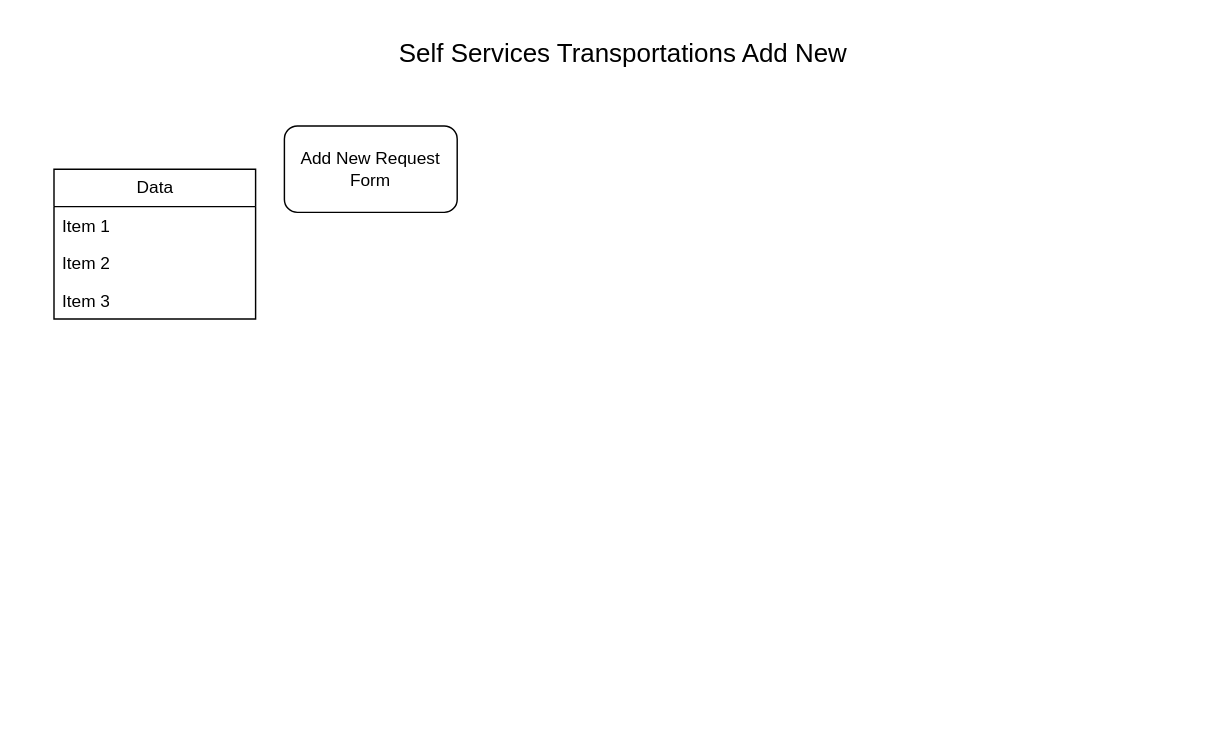
Above: Valleysoft/Workflows/self-services_transportations.drawio in bhry98/diagrams (draw.io), before the change. Source tidied: cells renumbered, new cells numbered last; positions are measured from the earlier drawing's top-left corner, leaving out a move shared by most shapes. Both pictures are drawn from the tidied source at 144%, with x=0, y=0 at pixel (53, 24).
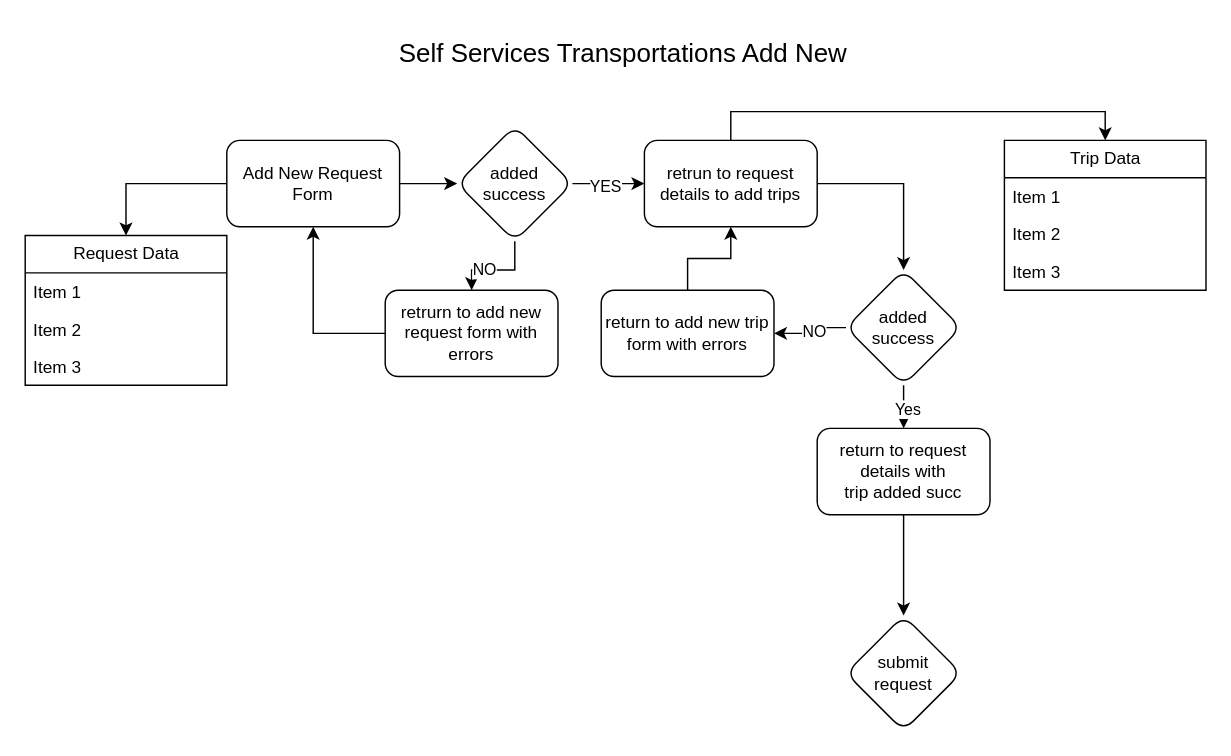
Above is the later version.

The edit, as a diff of the source:
```diff
@@
+    <mxCell id="8" style="edgeStyle=orthogonalEdgeStyle;rounded=0;jettySize=auto;html=1;entryX=0.5;entryY=0;entryDx=0;entryDy=0;exitX=0;exitY=0.5;exitDx=0;exitDy=0;" parent="1" edge="1" source="3" target="4">
+      <mxGeometry relative="1" as="geometry" />
+    </mxCell>
+    <mxCell id="9" style="edgeStyle=orthogonalEdgeStyle;rounded=0;jettySize=auto;html=1;flowAnimation=1;" parent="1" edge="1" source="3" target="14">
+      <mxGeometry relative="1" as="geometry" />
+    </mxCell>
     <mxCell id="3" value="Add New Request Form" style="rounded=1;whiteSpace=wrap;html=1;" parent="1" vertex="1">
-      <mxGeometry x="160" y="70" width="120" height="60" as="geometry" />
+      <mxGeometry x="120" y="80" width="120" height="60" as="geometry" />
     </mxCell>
-    <mxCell id="4" value="Data" style="swimlane;fontStyle=0;horizontal=1;startSize=26;fillColor=none;html=1;" parent="1" vertex="1">
-      <mxGeometry y="100" width="140" height="104" as="geometry" />
+    <mxCell id="4" value="Request Data" style="swimlane;fontStyle=0;horizontal=1;startSize=26;fillColor=none;html=1;" parent="1" vertex="1">
+      <mxGeometry x="-20" y="146" width="140" height="104" as="geometry" />
     </mxCell>
@@
+    <mxCell id="10" style="edgeStyle=orthogonalEdgeStyle;rounded=0;jettySize=auto;html=1;flowAnimation=1;" parent="1" edge="1" source="14" target="16">
+      <mxGeometry relative="1" as="geometry" />
+    </mxCell>
+    <mxCell id="11" value="NO" style="edgeLabel;html=1;align=center;verticalAlign=middle;" parent="10" vertex="1">
+      <mxGeometry x="0.3" y="-1" relative="1" as="geometry" />
+    </mxCell>
+    <mxCell id="12" style="edgeStyle=orthogonalEdgeStyle;rounded=0;jettySize=auto;html=1;flowAnimation=1;" parent="1" edge="1" source="14" target="19">
+      <mxGeometry relative="1" as="geometry" />
+    </mxCell>
+    <mxCell id="13" value="YES" style="edgeLabel;html=1;align=center;verticalAlign=middle;" parent="12" vertex="1">
+      <mxGeometry x="-0.12" y="-1" relative="1" as="geometry" />
+    </mxCell>
+    <mxCell id="14" value="added success" style="rhombus;whiteSpace=wrap;html=1;rounded=1;" parent="1" vertex="1">
+      <mxGeometry x="280" y="70" width="80" height="80" as="geometry" />
+    </mxCell>
+    <mxCell id="15" style="edgeStyle=orthogonalEdgeStyle;rounded=0;jettySize=auto;html=1;flowAnimation=1;exitX=0;exitY=0.5;exitDx=0;exitDy=0;" parent="1" edge="1" source="16" target="3">
+      <mxGeometry relative="1" as="geometry" />
+    </mxCell>
+    <mxCell id="16" value="retrurn to add new request form with errors" style="whiteSpace=wrap;html=1;rounded=1;" parent="1" vertex="1">
+      <mxGeometry x="230" y="184" width="120" height="60" as="geometry" />
+    </mxCell>
+    <mxCell id="17" style="edgeStyle=orthogonalEdgeStyle;rounded=0;jettySize=auto;html=1;entryX=0.5;entryY=0;entryDx=0;entryDy=0;exitX=0.5;exitY=0;exitDx=0;exitDy=0;" parent="1" edge="1" source="19" target="20">
+      <mxGeometry relative="1" as="geometry" />
+    </mxCell>
+    <mxCell id="18" style="edgeStyle=orthogonalEdgeStyle;rounded=0;jettySize=auto;html=1;flowAnimation=1;" parent="1" edge="1" source="19" target="28">
+      <mxGeometry relative="1" as="geometry" />
+    </mxCell>
+    <mxCell id="19" value="retrun to request details to add trips" style="whiteSpace=wrap;html=1;rounded=1;" parent="1" vertex="1">
+      <mxGeometry x="410" y="80" width="120" height="60" as="geometry" />
+    </mxCell>
+    <mxCell id="20" value="Trip Data" style="swimlane;fontStyle=0;horizontal=1;startSize=26;fillColor=none;html=1;" parent="1" vertex="1">
+      <mxGeometry x="660" y="80" width="140" height="104" as="geometry" />
+    </mxCell>
+    <mxCell id="21" value="Item 1" style="text;strokeColor=none;fillColor=none;align=left;verticalAlign=top;spacingLeft=4;spacingRight=4;overflow=hidden;whiteSpace=wrap;html=1;" parent="20" vertex="1">
+      <mxGeometry y="26" width="140" height="26" as="geometry" />
+    </mxCell>
+    <mxCell id="22" value="Item 2" style="text;strokeColor=none;fillColor=none;align=left;verticalAlign=top;spacingLeft=4;spacingRight=4;overflow=hidden;whiteSpace=wrap;html=1;" parent="20" vertex="1">
+      <mxGeometry y="52" width="140" height="26" as="geometry" />
+    </mxCell>
+    <mxCell id="23" value="Item 3" style="text;strokeColor=none;fillColor=none;align=left;verticalAlign=top;spacingLeft=4;spacingRight=4;overflow=hidden;whiteSpace=wrap;html=1;" parent="20" vertex="1">
+      <mxGeometry y="78" width="140" height="26" as="geometry" />
+    </mxCell>
+    <mxCell id="24" style="edgeStyle=orthogonalEdgeStyle;shape=connector;rounded=0;jettySize=auto;html=1;strokeColor=default;align=center;verticalAlign=middle;fontFamily=Helvetica;fontSize=11;fontColor=default;labelBackgroundColor=default;endArrow=classic;flowAnimation=1;" parent="1" edge="1" source="28" target="30">
+      <mxGeometry relative="1" as="geometry" />
+    </mxCell>
+    <mxCell id="25" value="Yes" style="edgeLabel;html=1;align=center;verticalAlign=middle;fontFamily=Helvetica;fontSize=11;fontColor=default;labelBackgroundColor=default;" parent="24" vertex="1">
+      <mxGeometry x="-0.03" y="-2" relative="1" as="geometry" />
+    </mxCell>
+    <mxCell id="26" style="edgeStyle=orthogonalEdgeStyle;shape=connector;rounded=0;jettySize=auto;html=1;strokeColor=default;align=center;verticalAlign=middle;fontFamily=Helvetica;fontSize=11;fontColor=default;labelBackgroundColor=default;endArrow=classic;flowAnimation=1;" parent="1" edge="1" source="28" target="32">
+      <mxGeometry relative="1" as="geometry" />
+    </mxCell>
+    <mxCell id="27" value="NO" style="edgeLabel;html=1;align=center;verticalAlign=middle;fontFamily=Helvetica;fontSize=11;fontColor=default;labelBackgroundColor=default;" parent="26" vertex="1">
+      <mxGeometry x="-0.16" y="2" relative="1" as="geometry" />
+    </mxCell>
+    <mxCell id="28" value="added success" style="rhombus;whiteSpace=wrap;html=1;rounded=1;" parent="1" vertex="1">
+      <mxGeometry x="550" y="170" width="80" height="80" as="geometry" />
+    </mxCell>
+    <mxCell id="29" style="edgeStyle=orthogonalEdgeStyle;shape=connector;rounded=0;jettySize=auto;html=1;strokeColor=default;align=center;verticalAlign=middle;fontFamily=Helvetica;fontSize=11;fontColor=default;labelBackgroundColor=default;endArrow=classic;flowAnimation=1;" parent="1" edge="1" source="30" target="33">
+      <mxGeometry relative="1" as="geometry" />
+    </mxCell>
+    <mxCell id="30" value="return to request details with&lt;br&gt;trip added succ" style="whiteSpace=wrap;html=1;rounded=1;" parent="1" vertex="1">
+      <mxGeometry x="530" y="280" width="120" height="60" as="geometry" />
+    </mxCell>
+    <mxCell id="31" style="edgeStyle=orthogonalEdgeStyle;shape=connector;rounded=0;jettySize=auto;html=1;strokeColor=default;align=center;verticalAlign=middle;fontFamily=Helvetica;fontSize=11;fontColor=default;labelBackgroundColor=default;endArrow=classic;flowAnimation=1;" parent="1" edge="1" source="32" target="19">
+      <mxGeometry relative="1" as="geometry" />
+    </mxCell>
+    <mxCell id="32" value="return to add new trip form with errors" style="whiteSpace=wrap;html=1;rounded=1;" parent="1" vertex="1">
+      <mxGeometry x="380" y="184" width="120" height="60" as="geometry" />
+    </mxCell>
+    <mxCell id="33" value="submit request" style="rhombus;whiteSpace=wrap;html=1;rounded=1;" parent="1" vertex="1">
+      <mxGeometry x="550" y="410" width="80" height="80" as="geometry" />
+    </mxCell>
```
